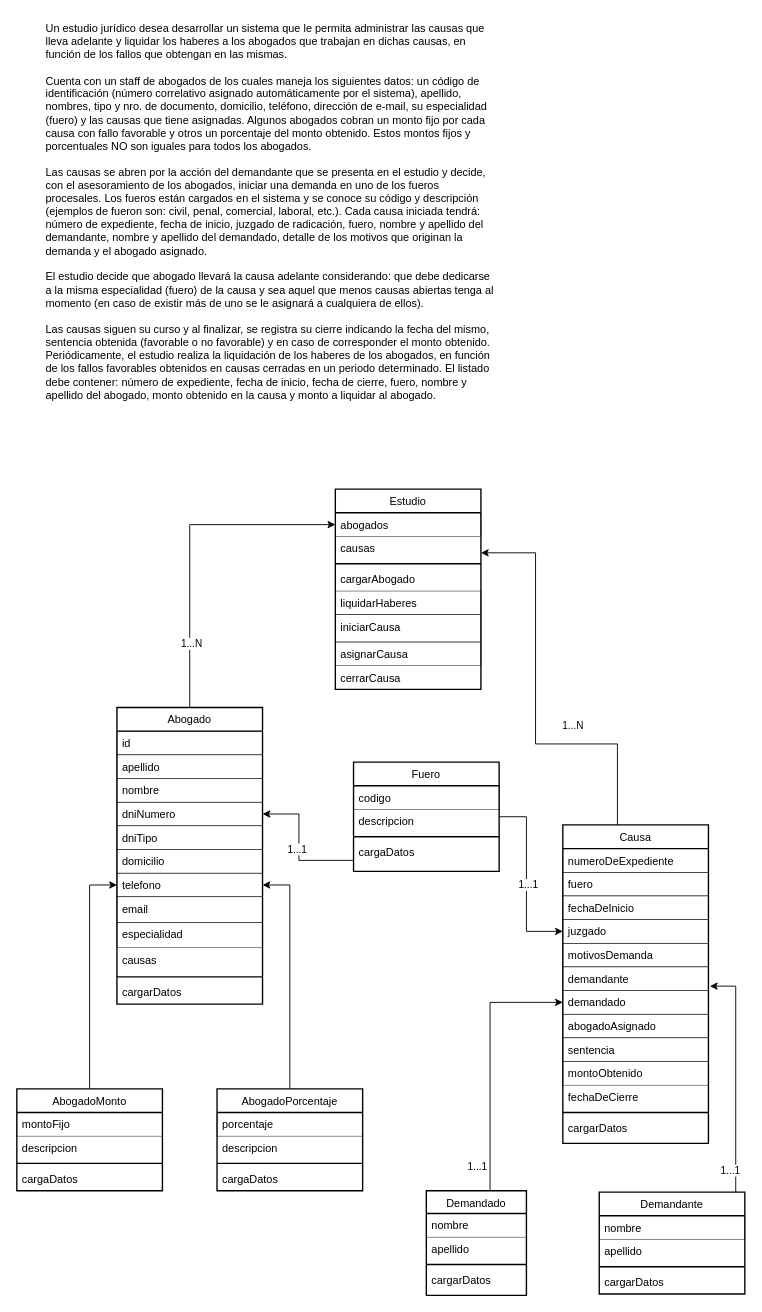
cuerojr/tp-1-ayed keeps this draw.io diagram as Diagrama sin título.drawio. Above is the earlier version. Source tidied: cells renumbered, new cells numbered last; positions are measured from the earlier drawing's top-left corner, leaving out a move shared by most shapes. Both pictures are drawn from the tidied source at 91%, with x=0, y=0 at pixel (16, 15).
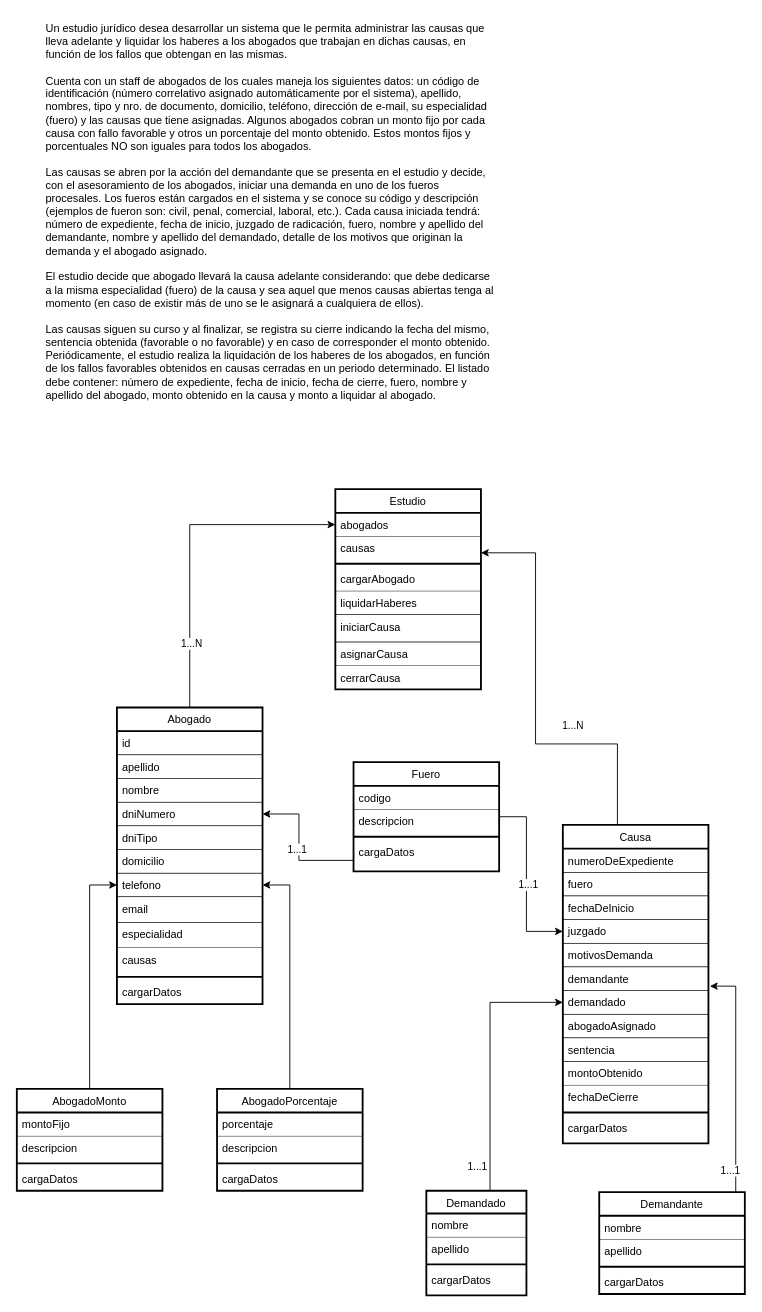
Above is the later version.

What changed in the source:
```diff
@@
-    <mxCell id="6" value="Fuero" style="swimlane;fontStyle=0;align=center;verticalAlign=top;horizontal=1;startSize=26;rounded=0;shadow=0;strokeWidth=1.5;fillColor=#FFFFFF;perimeterSpacing=0;swimlaneLine=1;swimlaneFillColor=#FFFFFF;" parent="1" vertex="1">
+    <mxCell id="6" value="Fuero" style="swimlane;fontStyle=0;align=center;verticalAlign=top;horizontal=1;startSize=26;rounded=0;shadow=0;strokeWidth=2;fillColor=#FFFFFF;perimeterSpacing=0;swimlaneLine=1;swimlaneFillColor=#FFFFFF;" parent="1" vertex="1">
       <mxGeometry x="370" y="820" width="160" height="120" as="geometry" />
     </mxCell>
@@
-    <mxCell id="9" style="line;html=1;strokeWidth=1.5;align=left;verticalAlign=middle;spacingTop=-1;spacingLeft=3;spacingRight=3;labelPosition=right;" parent="6" vertex="1">
+    <mxCell id="9" style="line;html=1;strokeWidth=2;align=left;verticalAlign=middle;spacingTop=-1;spacingLeft=3;spacingRight=3;labelPosition=right;" parent="6" vertex="1">
       <mxGeometry y="78" width="160" height="8" as="geometry" />
     </mxCell>
@@
-    <mxCell id="12" value="Estudio" style="swimlane;fontStyle=0;align=center;verticalAlign=top;horizontal=1;startSize=26;rounded=0;shadow=0;strokeWidth=1.5;" parent="1" vertex="1">
+    <mxCell id="12" value="Estudio" style="swimlane;fontStyle=0;align=center;verticalAlign=top;horizontal=1;startSize=26;rounded=0;shadow=0;strokeWidth=2;swimlaneFillColor=#FFFFFF;" parent="1" vertex="1">
       <mxGeometry x="350" y="520" width="160" height="220" as="geometry" />
     </mxCell>
@@
-    <mxCell id="15" style="line;html=1;strokeWidth=1.5;align=left;verticalAlign=middle;spacingTop=-1;spacingLeft=3;spacingRight=3;labelPosition=right;" parent="12" vertex="1">
+    <mxCell id="15" style="line;html=1;strokeWidth=2;align=left;verticalAlign=middle;spacingTop=-1;spacingLeft=3;spacingRight=3;labelPosition=right;" parent="12" vertex="1">
       <mxGeometry y="78" width="160" height="8" as="geometry" />
     </mxCell>
@@
-    <mxCell id="23" value="Abogado" style="swimlane;fontStyle=0;align=center;verticalAlign=top;horizontal=1;startSize=26;rounded=0;shadow=0;strokeWidth=1.5;fillColor=#FFFFFF;" parent="1" vertex="1">
+    <mxCell id="23" value="Abogado" style="swimlane;fontStyle=0;align=center;verticalAlign=top;horizontal=1;startSize=26;rounded=0;shadow=0;strokeWidth=2;fillColor=#FFFFFF;swimlaneFillColor=#FFFFFF;" parent="1" vertex="1">
       <mxGeometry x="110" y="760" width="160" height="326" as="geometry" />
     </mxCell>
@@
-    <mxCell id="34" style="line;html=1;strokeWidth=1.5;align=left;verticalAlign=middle;spacingTop=-1;spacingLeft=3;spacingRight=3;labelPosition=right;" parent="23" vertex="1">
+    <mxCell id="34" style="line;html=1;strokeWidth=2;align=left;verticalAlign=middle;spacingTop=-1;spacingLeft=3;spacingRight=3;labelPosition=right;" parent="23" vertex="1">
       <mxGeometry y="292" width="160" height="8" as="geometry" />
     </mxCell>
@@
-    <mxCell id="38" value="Causa" style="swimlane;fontStyle=0;align=center;verticalAlign=top;horizontal=1;startSize=26;rounded=0;shadow=0;strokeWidth=1.5;fillColor=#FFFFFF;" parent="1" vertex="1">
+    <mxCell id="38" value="Causa" style="swimlane;fontStyle=0;align=center;verticalAlign=top;horizontal=1;startSize=26;rounded=0;shadow=0;strokeWidth=2;fillColor=#FFFFFF;swimlaneFillColor=#FFFFFF;" parent="1" vertex="1">
       <mxGeometry x="600" y="889" width="160" height="350" as="geometry" />
     </mxCell>
@@
-    <mxCell id="50" style="line;html=1;strokeWidth=1.5;align=left;verticalAlign=middle;spacingTop=-1;spacingLeft=3;spacingRight=3;labelPosition=right;fillColor=#FFFFFF;" parent="38" vertex="1">
+    <mxCell id="50" style="line;html=1;strokeWidth=2;align=left;verticalAlign=middle;spacingTop=-1;spacingLeft=3;spacingRight=3;labelPosition=right;fillColor=#FFFFFF;" parent="38" vertex="1">
       <mxGeometry y="312" width="160" height="8" as="geometry" />
     </mxCell>
@@
-    <mxCell id="56" value="Demandante" style="swimlane;fontStyle=0;align=center;verticalAlign=top;horizontal=1;startSize=26;rounded=0;shadow=0;strokeWidth=1.5;fillColor=#FFFFFF;" parent="1" vertex="1">
+    <mxCell id="56" value="Demandante" style="swimlane;fontStyle=0;align=center;verticalAlign=top;horizontal=1;startSize=26;rounded=0;shadow=0;strokeWidth=2;fillColor=#FFFFFF;swimlaneFillColor=#FFFFFF;" parent="1" vertex="1">
       <mxGeometry x="640" y="1292.5" width="160" height="112" as="geometry" />
     </mxCell>
@@
-    <mxCell id="59" style="line;html=1;strokeWidth=1.5;align=left;verticalAlign=middle;spacingTop=-1;spacingLeft=3;spacingRight=3;labelPosition=right;fillStyle=auto;" parent="56" vertex="1">
+    <mxCell id="59" style="line;html=1;strokeWidth=2;align=left;verticalAlign=middle;spacingTop=-1;spacingLeft=3;spacingRight=3;labelPosition=right;fillStyle=auto;" parent="56" vertex="1">
       <mxGeometry y="78" width="160" height="8" as="geometry" />
     </mxCell>
@@
-    <mxCell id="62" value="AbogadoMonto" style="swimlane;fontStyle=0;align=center;verticalAlign=top;horizontal=1;startSize=26;rounded=0;shadow=0;strokeWidth=1.5;fillColor=#FFFFFF;" parent="1" vertex="1">
+    <mxCell id="62" value="AbogadoMonto" style="swimlane;fontStyle=0;align=center;verticalAlign=top;horizontal=1;startSize=26;rounded=0;shadow=0;strokeWidth=2;fillColor=#FFFFFF;swimlaneFillColor=#FFFFFF;" parent="1" vertex="1">
       <mxGeometry y="1179" width="160" height="112" as="geometry" />
     </mxCell>
@@
-    <mxCell id="65" style="line;html=1;strokeWidth=1.5;align=left;verticalAlign=middle;spacingTop=-1;spacingLeft=3;spacingRight=3;labelPosition=right;fillColor=none;" parent="62" vertex="1">
+    <mxCell id="65" style="line;html=1;strokeWidth=2;align=left;verticalAlign=middle;spacingTop=-1;spacingLeft=3;spacingRight=3;labelPosition=right;fillColor=none;" parent="62" vertex="1">
       <mxGeometry y="78" width="160" height="8" as="geometry" />
     </mxCell>
@@
-    <mxCell id="68" value="AbogadoPorcentaje" style="swimlane;fontStyle=0;align=center;verticalAlign=top;horizontal=1;startSize=26;rounded=0;shadow=0;strokeWidth=1.5;fillColor=#FFFFFF;" parent="1" vertex="1">
+    <mxCell id="68" value="AbogadoPorcentaje" style="swimlane;fontStyle=0;align=center;verticalAlign=top;horizontal=1;startSize=26;rounded=0;shadow=0;strokeWidth=2;fillColor=#FFFFFF;swimlaneFillColor=#FFFFFF;" parent="1" vertex="1">
       <mxGeometry x="220" y="1179" width="160" height="112" as="geometry" />
     </mxCell>
@@
-    <mxCell id="71" style="line;html=1;strokeWidth=1.5;align=left;verticalAlign=middle;spacingTop=-1;spacingLeft=3;spacingRight=3;labelPosition=right;fillColor=none;fillStyle=auto;" parent="68" vertex="1">
+    <mxCell id="71" style="line;html=1;strokeWidth=2;align=left;verticalAlign=middle;spacingTop=-1;spacingLeft=3;spacingRight=3;labelPosition=right;fillColor=none;fillStyle=auto;" parent="68" vertex="1">
       <mxGeometry y="78" width="160" height="8" as="geometry" />
     </mxCell>
@@
-    <mxCell id="73" value="Demandado" style="swimlane;fontStyle=0;align=center;verticalAlign=top;horizontal=1;startSize=25;rounded=0;shadow=0;strokeWidth=1.5;fillColor=#FFFFFF;" parent="1" vertex="1">
+    <mxCell id="73" value="Demandado" style="swimlane;fontStyle=0;align=center;verticalAlign=top;horizontal=1;startSize=25;rounded=0;shadow=0;strokeWidth=2;fillColor=#FFFFFF;swimlaneFillColor=#FFFFFF;" parent="1" vertex="1">
       <mxGeometry x="450" y="1291" width="110" height="115" as="geometry" />
     </mxCell>
@@
-    <mxCell id="76" style="line;html=1;strokeWidth=1.5;align=left;verticalAlign=middle;spacingTop=-1;spacingLeft=3;spacingRight=3;labelPosition=right;fillColor=#FFFFFF;strokeColor=default;" parent="73" vertex="1">
+    <mxCell id="76" style="line;html=1;strokeWidth=2;align=left;verticalAlign=middle;spacingTop=-1;spacingLeft=3;spacingRight=3;labelPosition=right;fillColor=#FFFFFF;strokeColor=default;" parent="73" vertex="1">
       <mxGeometry y="77" width="110" height="8" as="geometry" />
     </mxCell>
```
